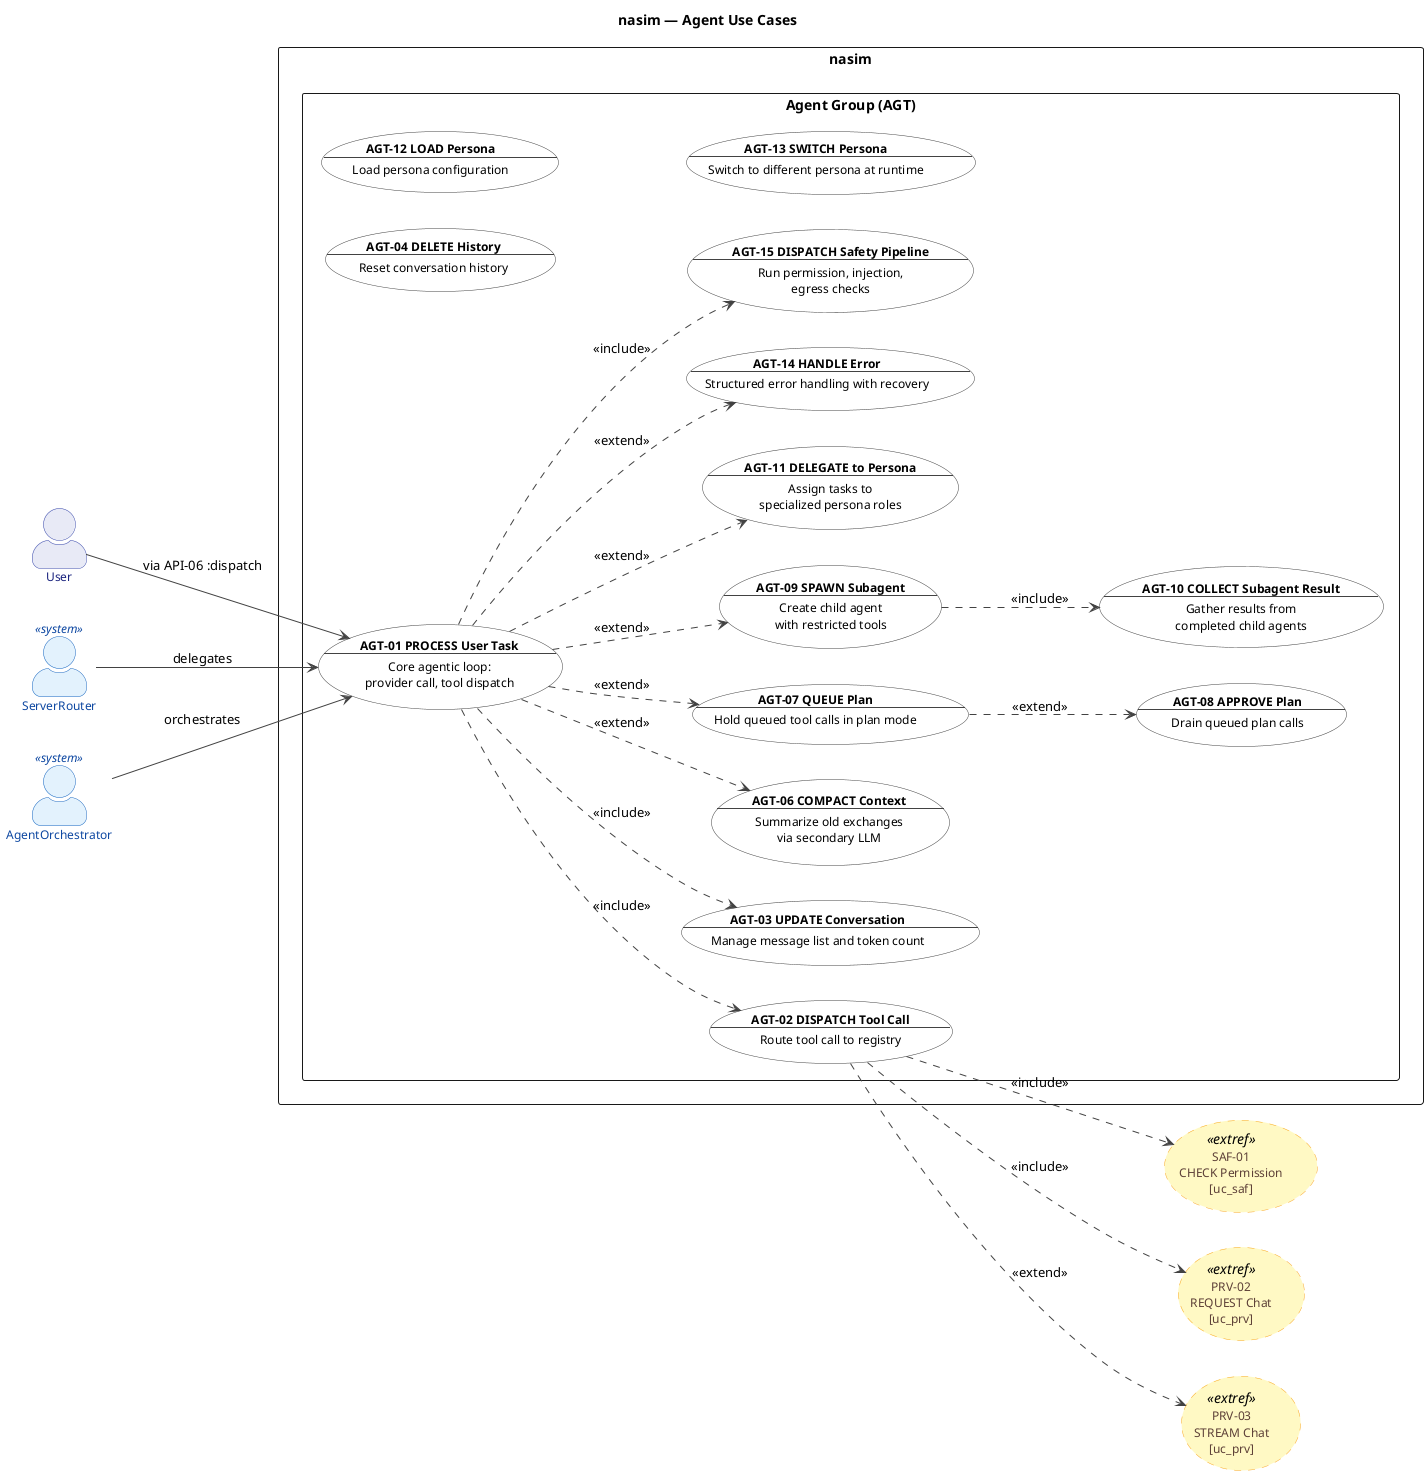
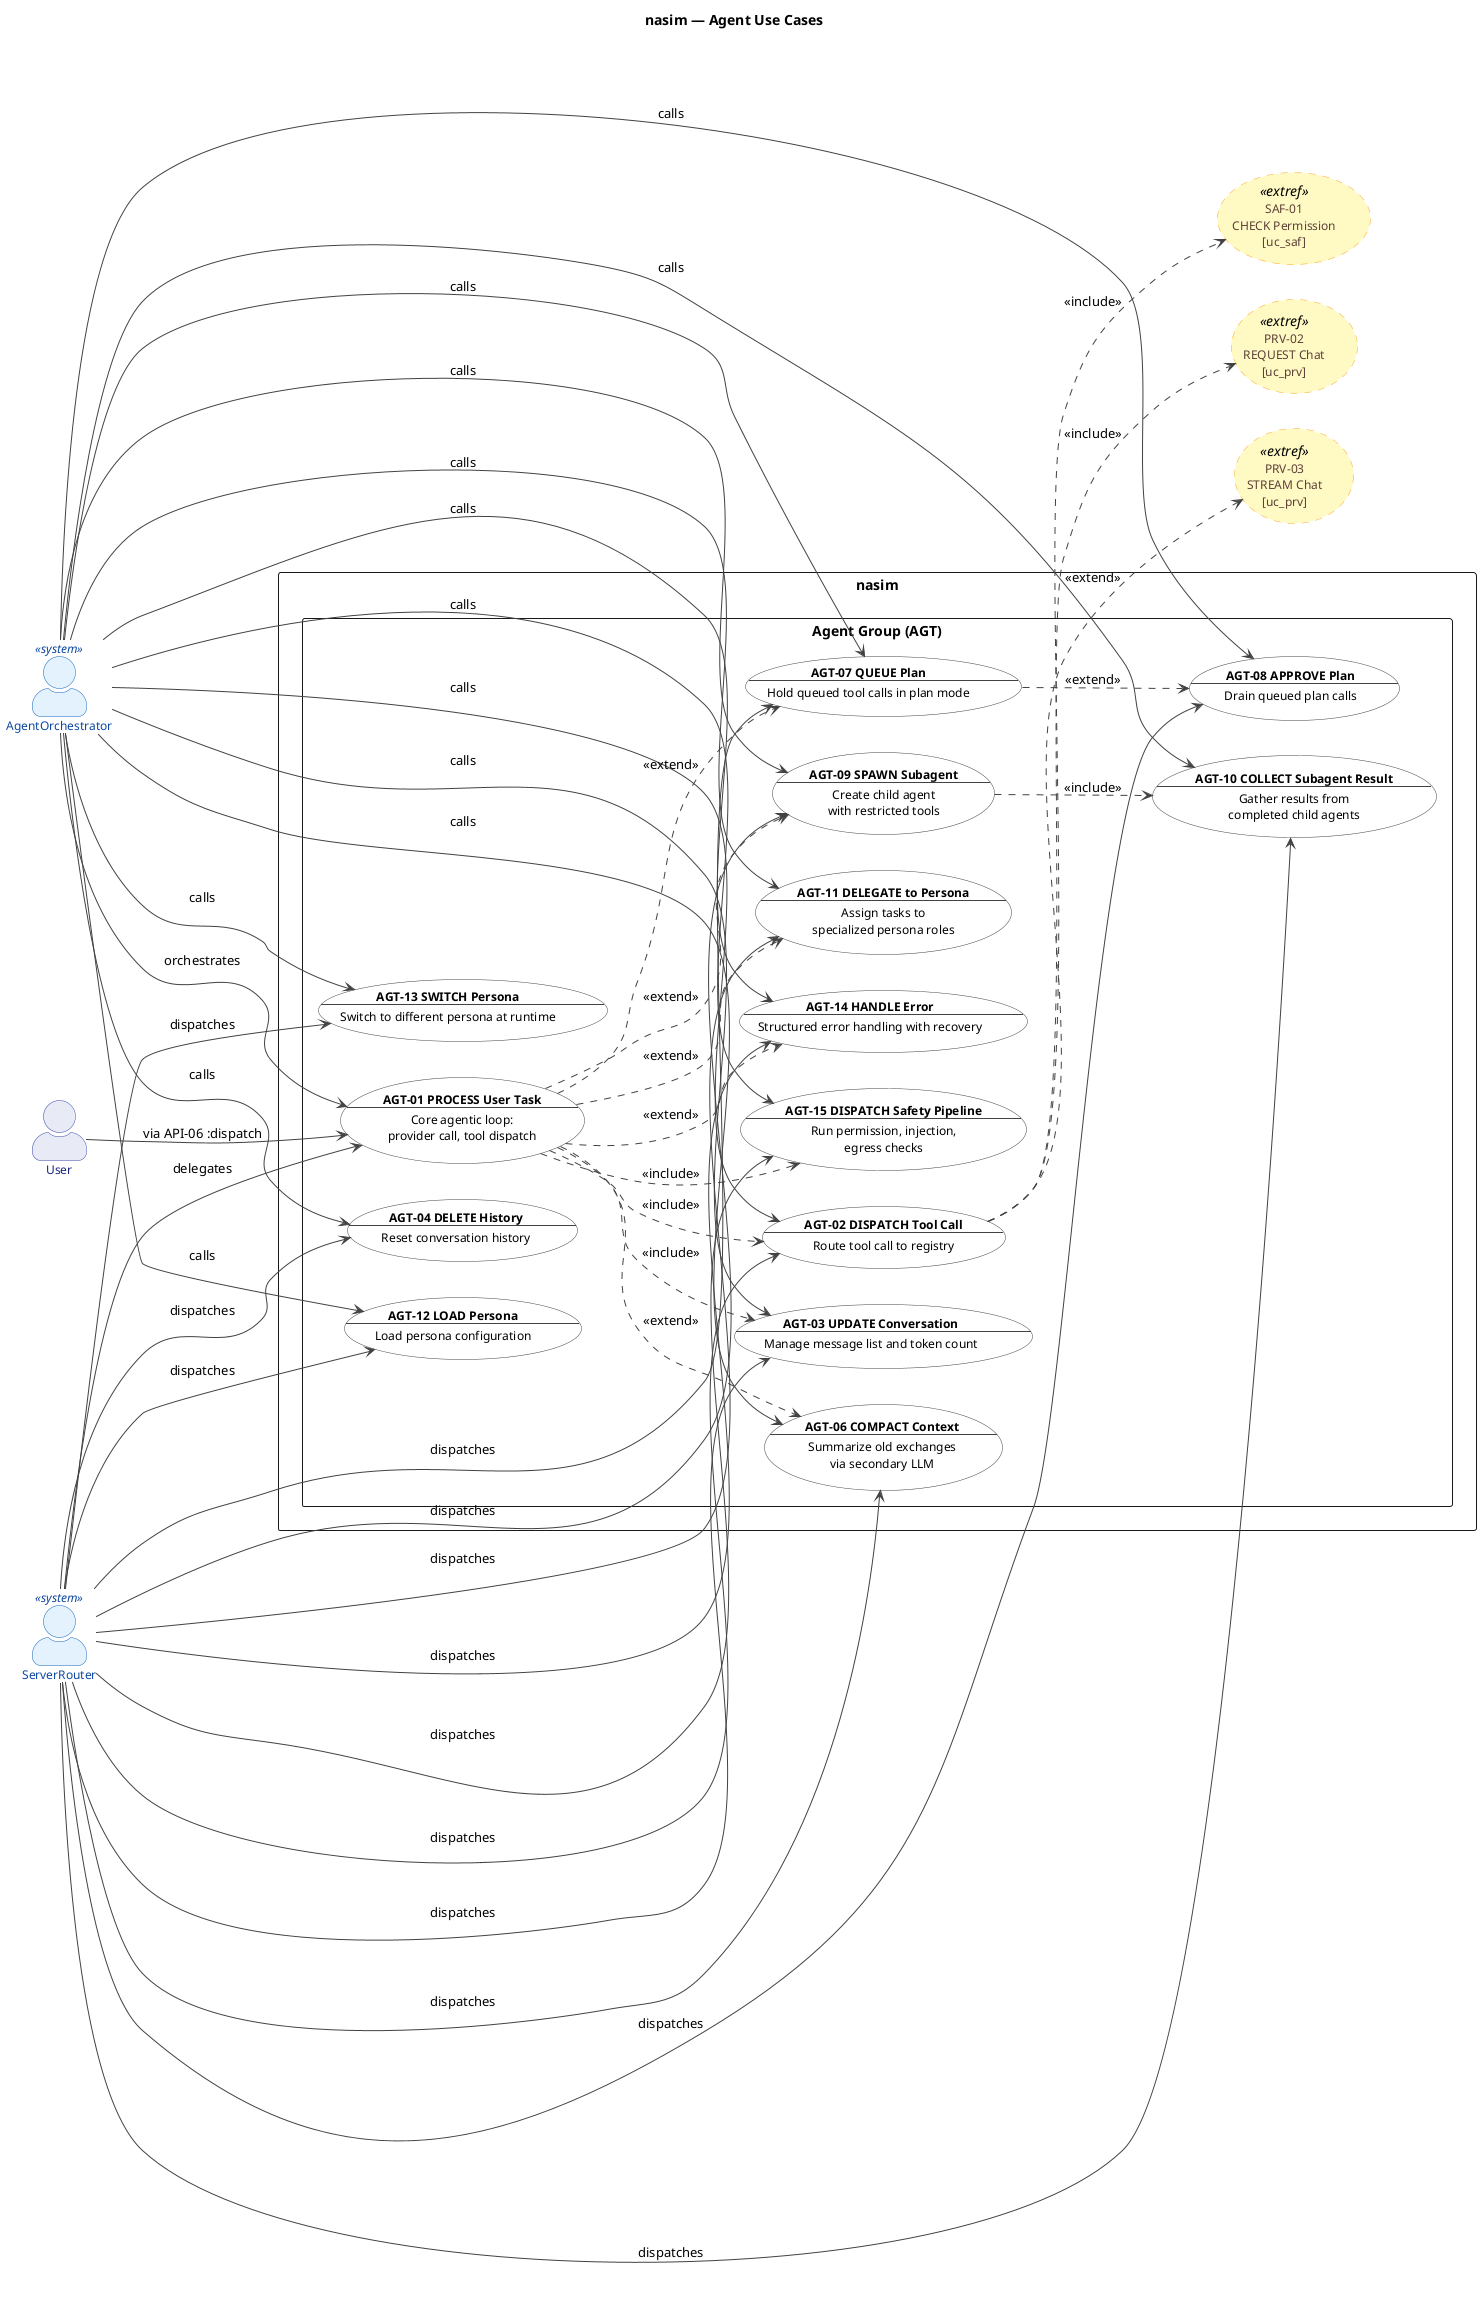
@startuml uc_agt


' ============================================================
' Title:     nasim — UC: Agent Group
' Group:     AGT (Agent Core)
' Boundary:  nasim code agent
' Purpose:   Core agentic loop: provider call, tool dispatch,
'            conversation history, context compaction, plans,
'            subagents, personas, error handling, safety pipeline.
'            Entry chain: User → ServerRouter → AgentOrchestrator
' Milestone: v1.0
' Version:   9.1.0
' Source:    docs/ENTITIES.md, docs/UC/README.md
' Review:    CAR refinement loop 2026-06-27
' SQ:        sq_agt01..sq_agt15
' ============================================================


left to right direction


title nasim — Agent Use Cases


skinparam actorStyle awesome
skinparam packageStyle rectangle


skinparam usecase {
  BackgroundColor #FFFFFF
  BorderColor #424242
  FontColor #000000
  ArrowColor #424242
  FontSize 12
}


skinparam actor {
  BackgroundColor #E8EAF6
  BorderColor #3949AB
  FontColor #1A237E
  FontSize 12
}


skinparam actor<<system>> {
  BackgroundColor #E3F2FD
  BorderColor #1565C0
  FontColor #0D47A1
}


skinparam usecase<<extref>> {
  BackgroundColor #FFF9C4
  BorderColor #F9A825
  FontColor #5D4037
  BorderStyle dashed
}


' ============================================================
' Actors
' ============================================================


actor "User" as User
actor "ServerRouter" as Router <<system>>
actor "AgentOrchestrator" as Agent <<system>>




' ============================================================
' Cross-Group External References
' ============================================================


usecase "SAF-01\nCHECK Permission\n[uc_saf]" as SAF01_ext <<extref>>
usecase "PRV-02\nREQUEST Chat\n[uc_prv]" as PRV02_ext <<extref>>
usecase "PRV-03\nSTREAM Chat\n[uc_prv]" as PRV03_ext <<extref>>


' ============================================================
' System Boundary
' ============================================================


rectangle "nasim" {
  package "Agent Group (AGT)" {
    usecase "**AGT-01 PROCESS User Task**\n--\nCore agentic loop:\nprovider call, tool dispatch" as AGT01
    usecase "**AGT-02 DISPATCH Tool Call**\n--\nRoute tool call to registry" as AGT02
    usecase "**AGT-03 UPDATE Conversation**\n--\nManage message list and token count" as AGT03
    usecase "**AGT-04 DELETE History**\n--\nReset conversation history" as AGT04
    usecase "**AGT-06 COMPACT Context**\n--\nSummarize old exchanges\nvia secondary LLM" as AGT06
    usecase "**AGT-07 QUEUE Plan**\n--\nHold queued tool calls in plan mode" as AGT07
    usecase "**AGT-08 APPROVE Plan**\n--\nDrain queued plan calls" as AGT08
    usecase "**AGT-09 SPAWN Subagent**\n--\nCreate child agent\nwith restricted tools" as AGT09
    usecase "**AGT-10 COLLECT Subagent Result**\n--\nGather results from\ncompleted child agents" as AGT10
    usecase "**AGT-11 DELEGATE to Persona**\n--\nAssign tasks to\nspecialized persona roles" as AGT11
    usecase "**AGT-12 LOAD Persona**\n--\nLoad persona configuration" as AGT12
    usecase "**AGT-13 SWITCH Persona**\n--\nSwitch to different persona at runtime" as AGT13
    usecase "**AGT-14 HANDLE Error**\n--\nStructured error handling with recovery" as AGT14
    usecase "**AGT-15 DISPATCH Safety Pipeline**\n--\nRun permission, injection,\negress checks" as AGT15
  }
}


' ============================================================
' Actor -> Use Case Associations
' ============================================================


User --> AGT01 : via API-06 :dispatch
Router --> AGT01 : delegates
+ Router --> AGT02 : dispatches
+ Router --> AGT03 : dispatches
+ Router --> AGT04 : dispatches
+ Router --> AGT06 : dispatches
+ Router --> AGT07 : dispatches
+ Router --> AGT08 : dispatches
+ Router --> AGT09 : dispatches
+ Router --> AGT10 : dispatches
+ Router --> AGT11 : dispatches
+ Router --> AGT12 : dispatches
+ Router --> AGT13 : dispatches
+ Router --> AGT14 : dispatches
+ Router --> AGT15 : dispatches
+ 
Agent --> AGT01 : orchestrates
+ Agent --> AGT02 : calls
+ Agent --> AGT03 : calls
+ Agent --> AGT04 : calls
+ Agent --> AGT06 : calls
+ Agent --> AGT07 : calls
+ Agent --> AGT08 : calls
+ Agent --> AGT09 : calls
+ Agent --> AGT10 : calls
+ Agent --> AGT11 : calls
+ Agent --> AGT12 : calls
+ Agent --> AGT13 : calls
+ Agent --> AGT14 : calls
+ Agent --> AGT15 : calls


' ============================================================
' Relationships (downward <<include>> only)
' ============================================================


AGT01 ..> AGT02 : <<include>>
AGT01 ..> AGT03 : <<include>>
AGT01 ..> AGT06 : <<extend>>
AGT01 ..> AGT07 : <<extend>>
AGT01 ..> AGT09 : <<extend>>
AGT01 ..> AGT11 : <<extend>>
AGT01 ..> AGT14 : <<extend>>
AGT01 ..> AGT15 : <<include>>


AGT02 ..> SAF01_ext : <<include>>
AGT02 ..> PRV02_ext : <<include>>
AGT02 ..> PRV03_ext : <<extend>>


AGT07 ..> AGT08 : <<extend>>


AGT09 ..> AGT10 : <<include>>




@enduml
